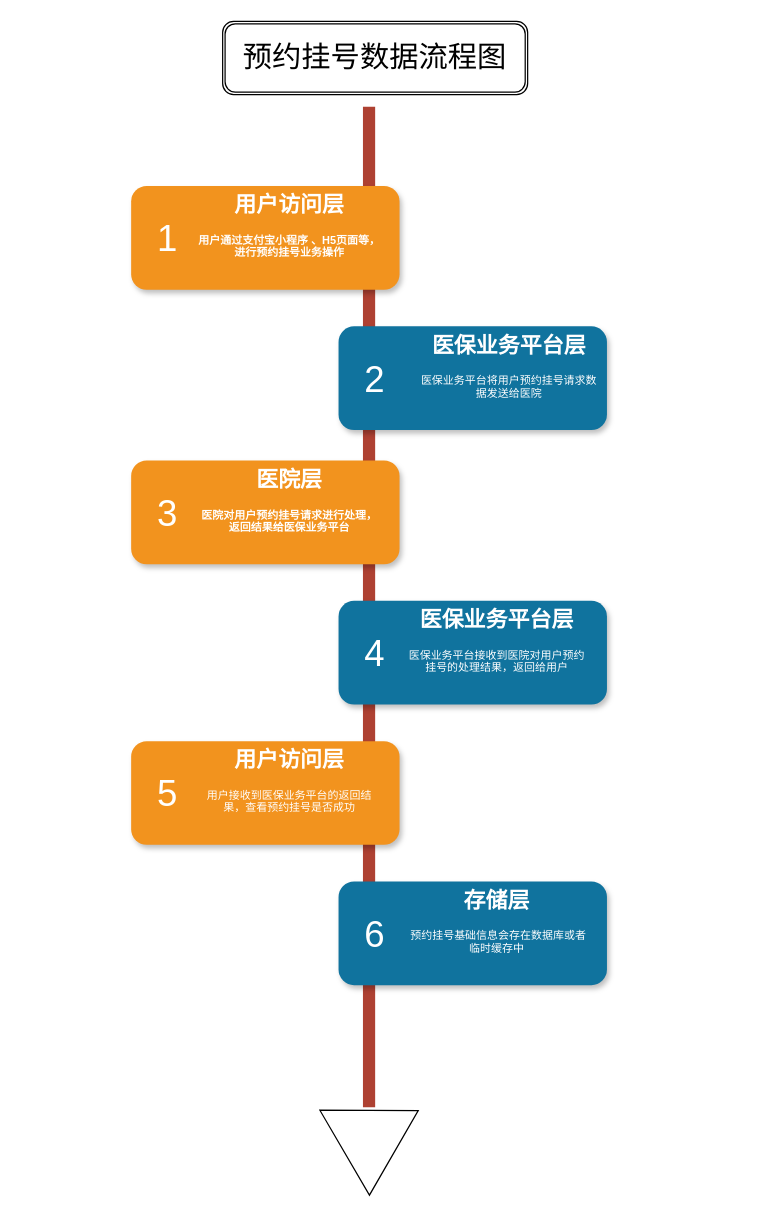
Before: Untitled Diagram.drawio in yangyutf/cicd_demo, a draw.io diagram. Source tidied: cells renumbered, new cells numbered last; positions are measured from the earlier drawing's top-left corner, leaving out a move shared by most shapes. Both pictures are drawn from the tidied source at 122%, with x=0, y=0 at pixel (131, 21).
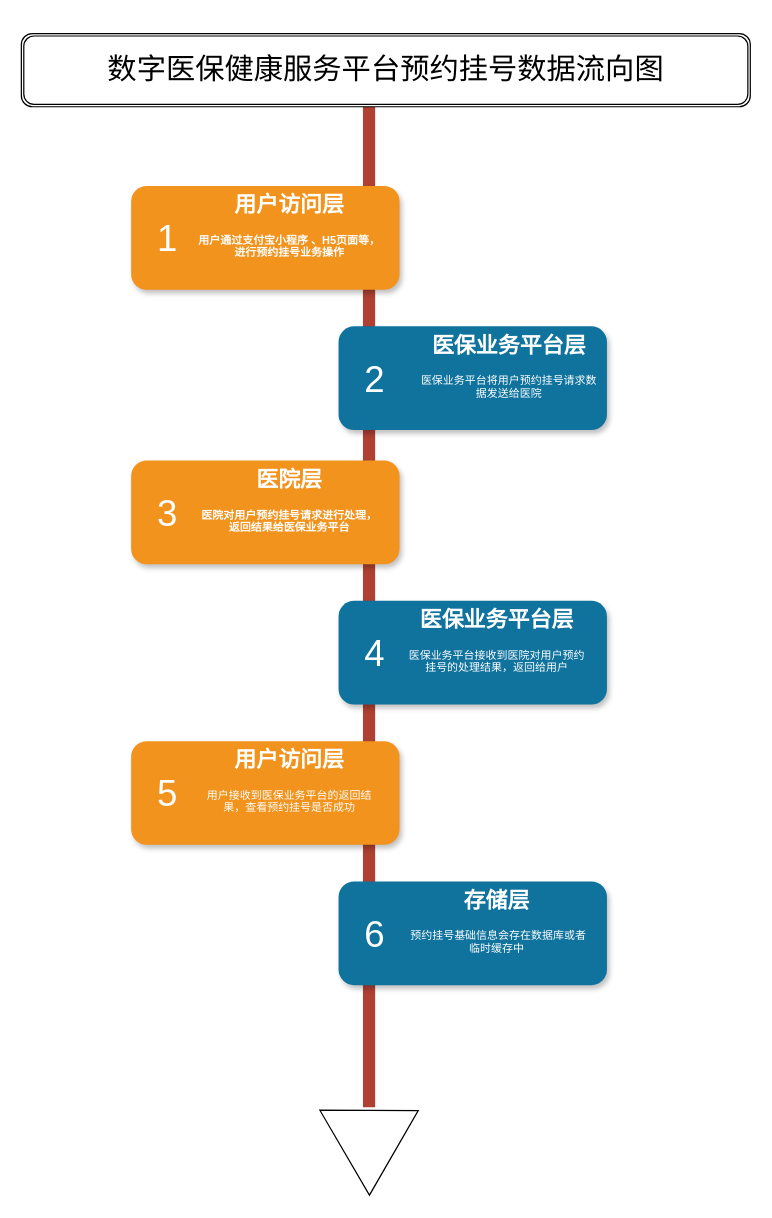
Above is the later version.

What changed in the source:
```diff
@@
-    <mxCell id="22" value="&lt;span&gt;预约挂号数据流程图&lt;/span&gt;" style="shape=ext;double=1;rounded=1;whiteSpace=wrap;html=1;fontSize=24;" parent="1" vertex="1">
-      <mxGeometry x="75" width="250" height="60" as="geometry" />
+    <mxCell id="22" value="&lt;span&gt;数字医保健康服务平台预约挂号数据流向图&lt;/span&gt;" style="shape=ext;double=1;rounded=1;whiteSpace=wrap;html=1;fontSize=24;" parent="1" vertex="1">
+      <mxGeometry x="-90" y="10" width="597.5" height="60" as="geometry" />
     </mxCell>
```
